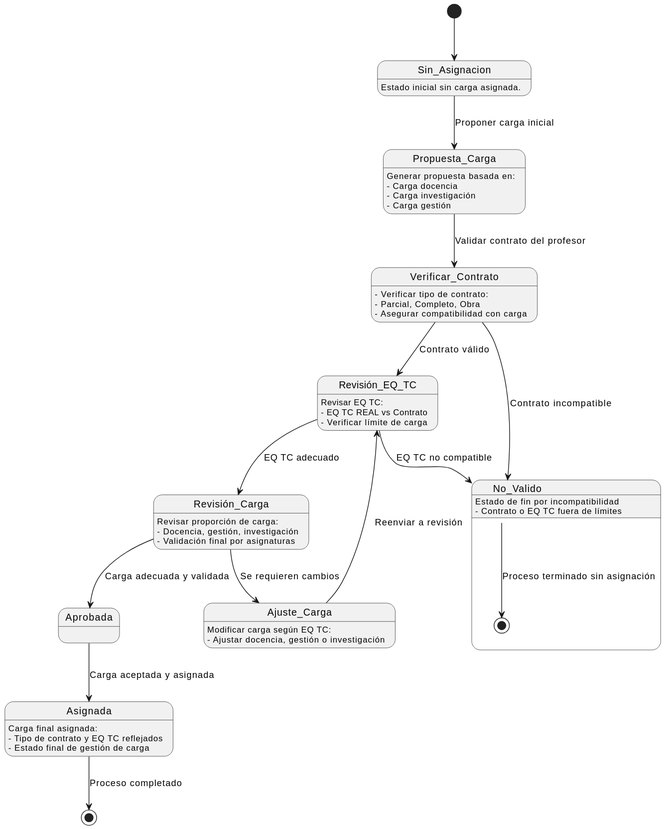
Above: images/modelosUML/MdD/diagramaDeEstados.svg in mmasias/24-25-IdSw1-SDR (PlantUML), before the change.
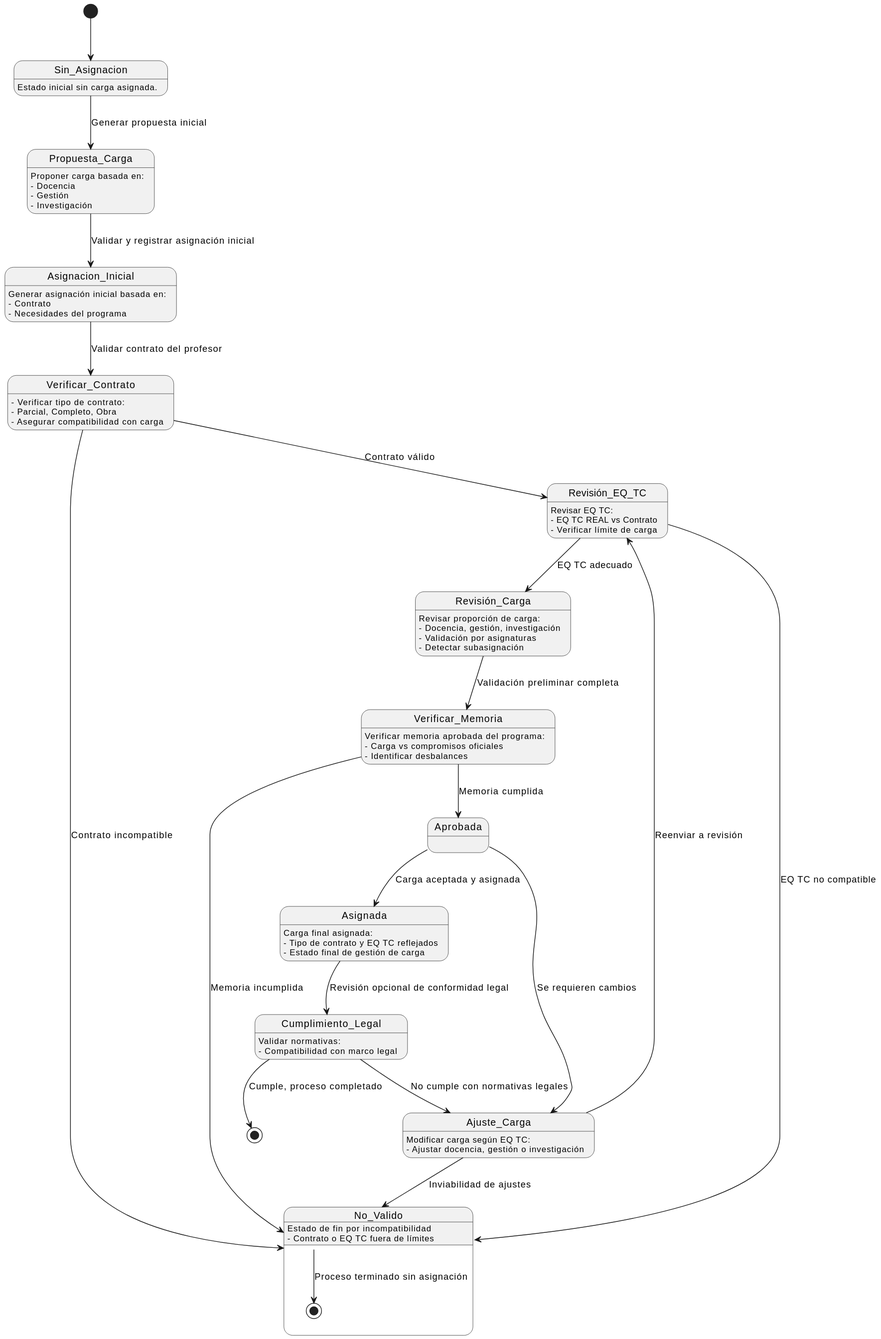
The same file after the commit.

Commit message:
cambio diagrama de estados

Change to the diagram source:
```diff
@@ -5,16 +5,24 @@
     Sin_Asignacion : Estado inicial sin carga asignada.
 }
 
-Sin_Asignacion --> Propuesta_Carga : Proponer carga inicial
+Sin_Asignacion --> Propuesta_Carga : Generar propuesta inicial
 
 state Propuesta_Carga {
-    Propuesta_Carga : Generar propuesta basada en:
-    Propuesta_Carga : - Carga docencia
-    Propuesta_Carga : - Carga investigación
-    Propuesta_Carga : - Carga gestión
+    Propuesta_Carga : Proponer carga basada en:
+    Propuesta_Carga : - Docencia
+    Propuesta_Carga : - Gestión
+    Propuesta_Carga : - Investigación
 }
 
-Propuesta_Carga --> Verificar_Contrato : Validar contrato del profesor
+Propuesta_Carga --> Asignacion_Inicial : Validar y registrar asignación inicial
+
+state Asignacion_Inicial {
+    Asignacion_Inicial : Generar asignación inicial basada en:
+    Asignacion_Inicial : - Contrato
+    Asignacion_Inicial : - Necesidades del programa
+}
+
+Asignacion_Inicial --> Verificar_Contrato : Validar contrato del profesor
 
 state Verificar_Contrato {
     Verificar_Contrato : - Verificar tipo de contrato:
@@ -44,17 +52,20 @@
 state Revisión_Carga {
     Revisión_Carga : Revisar proporción de carga:
     Revisión_Carga : - Docencia, gestión, investigación
-    Revisión_Carga : - Validación final por asignaturas
+    Revisión_Carga : - Validación por asignaturas
+    Revisión_Carga : - Detectar subasignación
 }
 
-Revisión_Carga --> Aprobada : Carga adecuada y validada
-Revisión_Carga --> Ajuste_Carga : Se requieren cambios
+Revisión_Carga --> Verificar_Memoria : Validación preliminar completa
 
-state Ajuste_Carga {
-    Ajuste_Carga : Modificar carga según EQ TC:
-    Ajuste_Carga : - Ajustar docencia, gestión o investigación
-    Ajuste_Carga --> Revisión_EQ_TC : Reenviar a revisión
+state Verificar_Memoria {
+    Verificar_Memoria : Verificar memoria aprobada del programa:
+    Verificar_Memoria : - Carga vs compromisos oficiales
+    Verificar_Memoria : - Identificar desbalances
 }
+
+Verificar_Memoria --> No_Valido : Memoria incumplida
+Verificar_Memoria --> Aprobada : Memoria cumplida
 
 Aprobada --> Asignada : Carga aceptada y asignada
 
@@ -64,5 +75,22 @@
     Asignada : - Estado final de gestión de carga
 }
 
-Asignada --> [*] : Proceso completado
+Asignada --> Cumplimiento_Legal : Revisión opcional de conformidad legal
+
+state Cumplimiento_Legal {
+    Cumplimiento_Legal : Validar normativas:
+    Cumplimiento_Legal : - Compatibilidad con marco legal
+}
+
+Cumplimiento_Legal --> Ajuste_Carga : No cumple con normativas legales
+Cumplimiento_Legal --> [*] : Cumple, proceso completado
+
+Aprobada --> Ajuste_Carga : Se requieren cambios
+
+state Ajuste_Carga {
+    Ajuste_Carga : Modificar carga según EQ TC:
+    Ajuste_Carga : - Ajustar docencia, gestión o investigación
+    Ajuste_Carga --> Revisión_EQ_TC : Reenviar a revisión
+    Ajuste_Carga --> No_Valido : Inviabilidad de ajustes
+}
 @enduml
```
